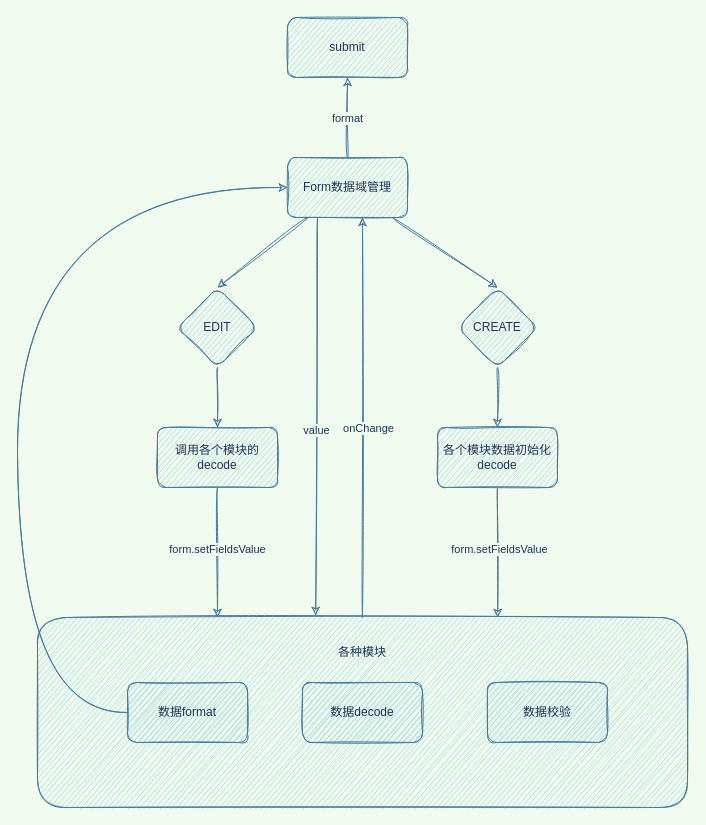
Before: page "Page-2" (2 of 3) of Untitled Diagram.drawio in YMBo/test, a draw.io diagram. Source tidied: cells renumbered, new cells numbered last; positions are measured from the earlier drawing's top-left corner, leaving out a move shared by most shapes. Both pictures are drawn from the tidied source at 100%, with x=0, y=0 at pixel (17, 17).
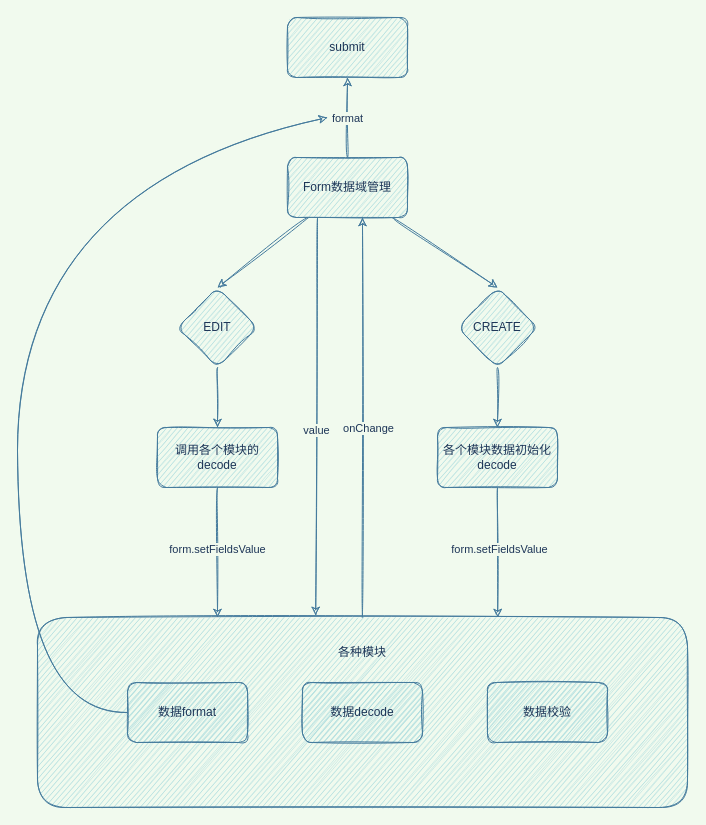
After the change.

Unchanged cells that the change refers to:
```xml
<mxCell id="8" value="Form数据域管理" style="rounded=1;whiteSpace=wrap;html=1;sketch=1;fillColor=#A8DADC;strokeColor=#457B9D;fontColor=#1D3557;" parent="1" vertex="1">
  <mxGeometry x="270" y="140" width="120" height="60" as="geometry" />
</mxCell>
<mxCell id="21" value="数据format" style="rounded=1;whiteSpace=wrap;html=1;sketch=1;fillColor=#A8DADC;strokeColor=#457B9D;fontColor=#1D3557;" parent="1" vertex="1">
  <mxGeometry x="110" y="665" width="120" height="60" as="geometry" />
</mxCell>
```

Diff of the diagram source:
```diff
@@
-    <mxCell id="20" style="edgeStyle=none;html=1;entryX=0;entryY=0.5;entryDx=0;entryDy=0;fontColor=#1D3557;sketch=1;curved=1;rounded=1;labelBackgroundColor=#F1FAEE;strokeColor=#457B9D;" parent="1" edge="1" source="21" target="8">
+    <mxCell id="20" style="edgeStyle=none;html=1;fontColor=#1D3557;sketch=1;curved=1;rounded=1;labelBackgroundColor=#F1FAEE;strokeColor=#457B9D;" parent="1" edge="1" source="21">
       <mxGeometry relative="1" as="geometry">
+        <mxPoint x="310" y="100" as="targetPoint" />
         <Array as="points">
           <mxPoint y="695" />
           <mxPoint y="170" />
         </Array>
       </mxGeometry>
     </mxCell>
```
